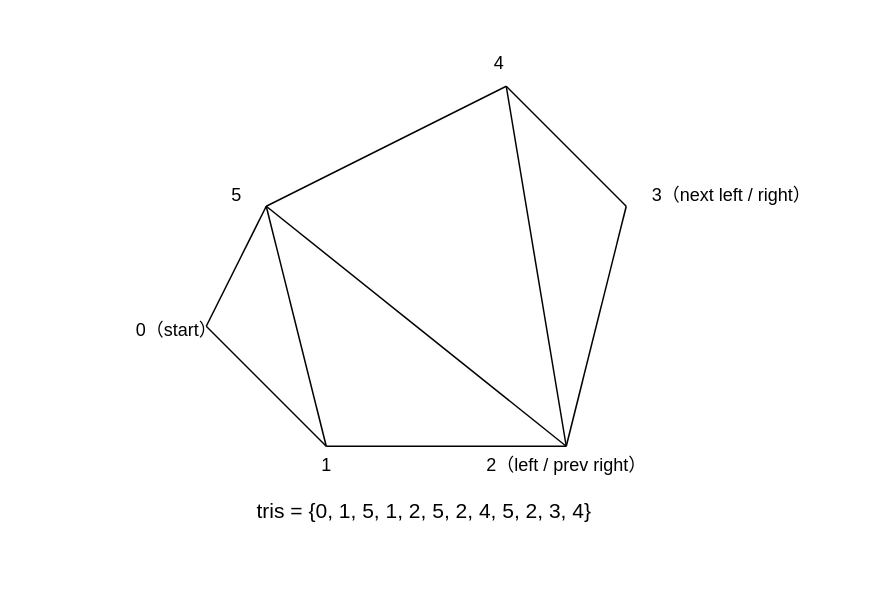
Above: page "Page-6-5" (40 of 41) of file/Algorithm/NavmeshNavigation/NavmeshNavigation.drawio in FallingXun/FallingXun.github.io (draw.io), before the change. Source tidied: cells renumbered, new cells numbered last; positions are measured from the earlier drawing's top-left corner, leaving out a move shared by most shapes. Both pictures are drawn from the tidied source at 150%, with x=0, y=0 at pixel (116, 40).
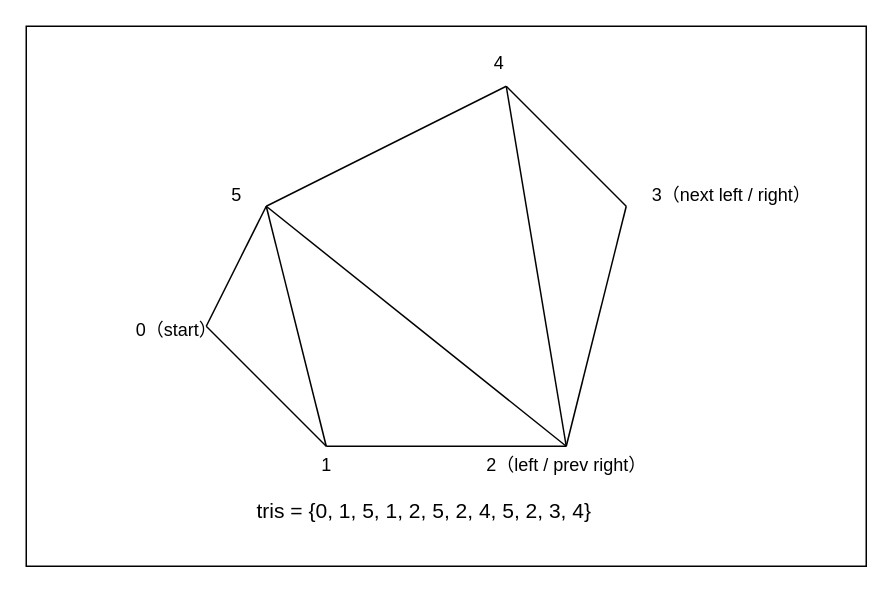
The same diagram, later.

The edit, as a diff of the source:
```diff
@@
+    <mxCell id="18" style="rounded=0;whiteSpace=wrap;html=1;fillColor=none;" parent="1" vertex="1">
+      <mxGeometry x="-60" y="-10" width="560" height="360" as="geometry" />
+    </mxCell>
```
